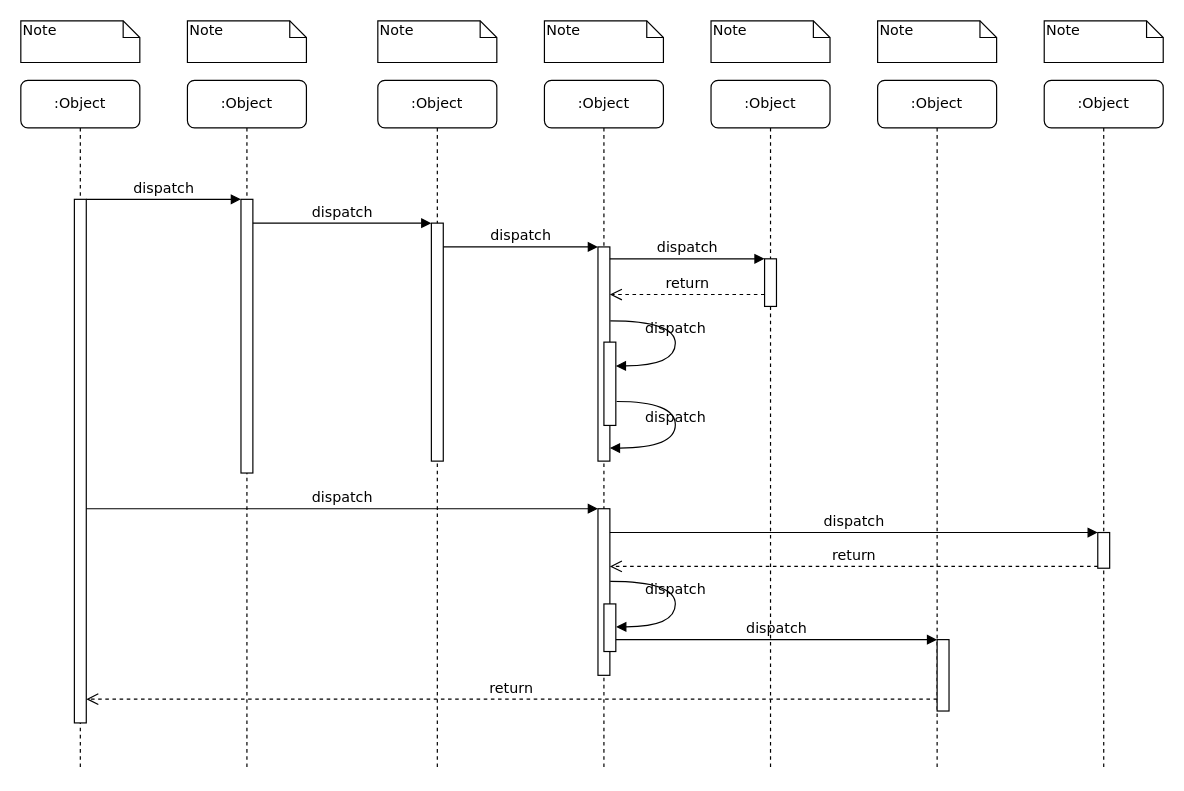
The draw.io diagram 名称未設定ファイル.drawio in tozawahiroya/Step3-Team4-Stripe, before the edit. Source tidied: cells renumbered, new cells numbered last; positions are measured from the earlier drawing's top-left corner, leaving out a move shared by most shapes. Both pictures are drawn from the tidied source at 119%, with x=0, y=0 at pixel (20, 20).
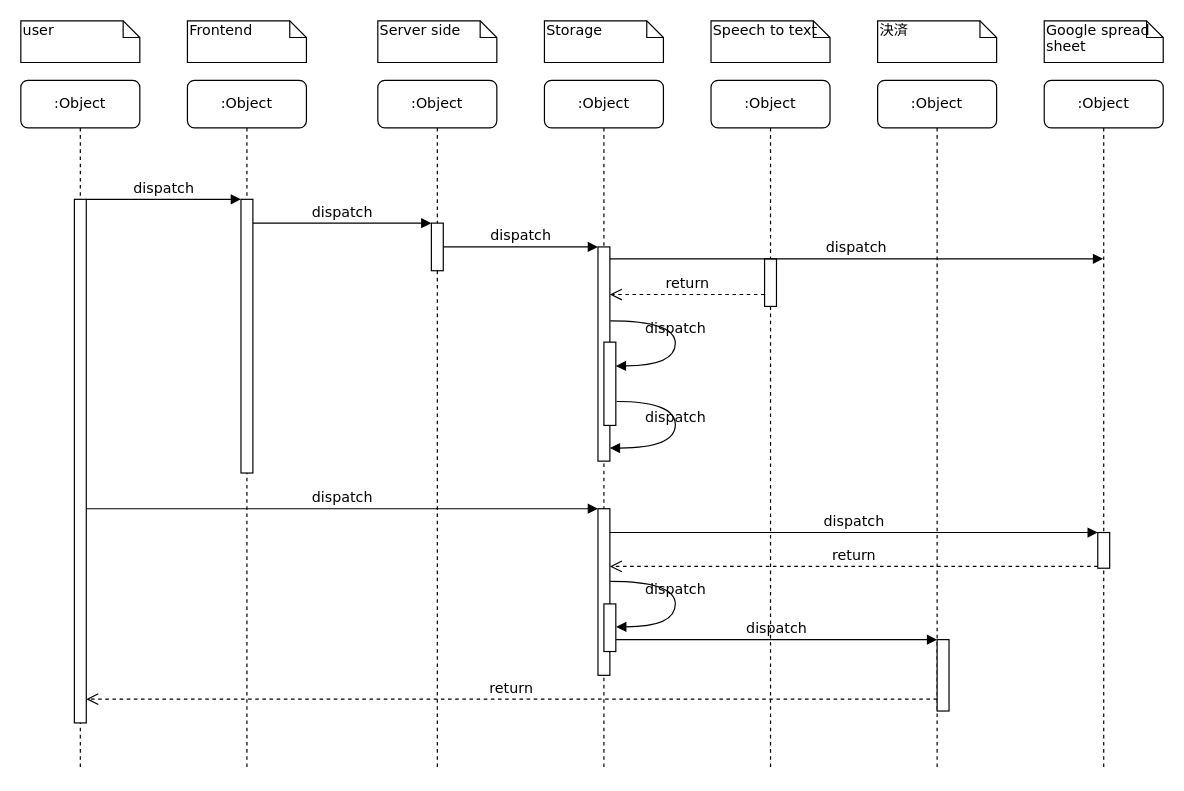
Above is the later version.

Commit message:
名称未設定ファイル.drawio を更新します

The change refers to these unchanged cells:
```xml
<mxCell id="4" value=":Object" style="shape=umlLifeline;perimeter=lifelinePerimeter;whiteSpace=wrap;html=1;rounded=1;shadow=0;comic=0;labelBackgroundColor=none;strokeWidth=1;fontFamily=Verdana;fontSize=12;align=center;" parent="1" vertex="1">
  <mxGeometry x="300" y="50" width="100" height="580" as="geometry" />
</mxCell>
<mxCell id="9" value=":Object" style="shape=umlLifeline;perimeter=lifelinePerimeter;whiteSpace=wrap;html=1;outlineConnect=0;rounded=1;shadow=0;comic=0;labelBackgroundColor=none;strokeWidth=1;fontFamily=Verdana;fontSize=12;align=center;" parent="1" vertex="1">
  <mxGeometry x="860" y="50" width="100" height="580" as="geometry" />
</mxCell>
<mxCell id="12" style="html=1;points=[];perimeter=orthogonalPerimeter;rounded=0;shadow=0;comic=0;labelBackgroundColor=none;strokeWidth=1;fontFamily=Verdana;fontSize=12;align=center;" parent="1" vertex="1">
  <mxGeometry x="485" y="190" width="10" height="180" as="geometry" />
</mxCell>
<mxCell id="14" style="html=1;points=[];perimeter=orthogonalPerimeter;rounded=0;shadow=0;comic=0;labelBackgroundColor=none;strokeWidth=1;fontFamily=Verdana;fontSize=12;align=center;" parent="1" vertex="1">
  <mxGeometry x="625" y="200" width="10" height="40" as="geometry" />
</mxCell>
```

Diff of the diagram source:
```diff
@@
     <mxCell id="5" style="html=1;points=[];perimeter=orthogonalPerimeter;rounded=0;shadow=0;comic=0;labelBackgroundColor=none;strokeWidth=1;fontFamily=Verdana;fontSize=12;align=center;" parent="4" vertex="1">
-      <mxGeometry x="45" y="120" width="10" height="200" as="geometry" />
+      <mxGeometry x="45" y="120" width="10" height="40" as="geometry" />
     </mxCell>
@@
-    <mxCell id="15" value="dispatch" style="html=1;verticalAlign=bottom;endArrow=block;entryX=0;entryY=0;labelBackgroundColor=none;fontFamily=Verdana;fontSize=12;edgeStyle=elbowEdgeStyle;elbow=vertical;" parent="1" edge="1" source="12" target="14">
-      <mxGeometry relative="1" as="geometry" />
+    <mxCell id="15" value="dispatch" style="html=1;verticalAlign=bottom;endArrow=block;labelBackgroundColor=none;fontFamily=Verdana;fontSize=12;edgeStyle=elbowEdgeStyle;elbow=vertical;" parent="1" edge="1" source="12" target="9">
+      <mxGeometry relative="1" as="geometry">
+        <Array as="points">
+          <mxPoint x="740" y="200" />
+        </Array>
+      </mxGeometry>
     </mxCell>
@@
-    <mxCell id="32" value="Note" style="shape=note;whiteSpace=wrap;html=1;size=14;verticalAlign=top;align=left;spacingTop=-6;rounded=0;shadow=0;comic=0;labelBackgroundColor=none;strokeWidth=1;fontFamily=Verdana;fontSize=12;" parent="1" vertex="1">
+    <mxCell id="32" value="user&lt;br&gt;" style="shape=note;whiteSpace=wrap;html=1;size=14;verticalAlign=top;align=left;spacingTop=-6;rounded=0;shadow=0;comic=0;labelBackgroundColor=none;strokeWidth=1;fontFamily=Verdana;fontSize=12;" parent="1" vertex="1">
       <mxGeometry width="100" height="35" as="geometry" />
     </mxCell>
-    <mxCell id="33" value="Note" style="shape=note;whiteSpace=wrap;html=1;size=14;verticalAlign=top;align=left;spacingTop=-6;rounded=0;shadow=0;comic=0;labelBackgroundColor=none;strokeWidth=1;fontFamily=Verdana;fontSize=12;" parent="1" vertex="1">
+    <mxCell id="33" value="Frontend&lt;br&gt;" style="shape=note;whiteSpace=wrap;html=1;size=14;verticalAlign=top;align=left;spacingTop=-6;rounded=0;shadow=0;comic=0;labelBackgroundColor=none;strokeWidth=1;fontFamily=Verdana;fontSize=12;" parent="1" vertex="1">
       <mxGeometry x="140" width="100" height="35" as="geometry" />
     </mxCell>
-    <mxCell id="34" value="Note" style="shape=note;whiteSpace=wrap;html=1;size=14;verticalAlign=top;align=left;spacingTop=-6;rounded=0;shadow=0;comic=0;labelBackgroundColor=none;strokeWidth=1;fontFamily=Verdana;fontSize=12;" parent="1" vertex="1">
+    <mxCell id="34" value="Server side&lt;br&gt;" style="shape=note;whiteSpace=wrap;html=1;size=14;verticalAlign=top;align=left;spacingTop=-6;rounded=0;shadow=0;comic=0;labelBackgroundColor=none;strokeWidth=1;fontFamily=Verdana;fontSize=12;" parent="1" vertex="1">
       <mxGeometry x="300" width="100" height="35" as="geometry" />
     </mxCell>
-    <mxCell id="35" value="Note" style="shape=note;whiteSpace=wrap;html=1;size=14;verticalAlign=top;align=left;spacingTop=-6;rounded=0;shadow=0;comic=0;labelBackgroundColor=none;strokeWidth=1;fontFamily=Verdana;fontSize=12;" parent="1" vertex="1">
+    <mxCell id="35" value="Storage" style="shape=note;whiteSpace=wrap;html=1;size=14;verticalAlign=top;align=left;spacingTop=-6;rounded=0;shadow=0;comic=0;labelBackgroundColor=none;strokeWidth=1;fontFamily=Verdana;fontSize=12;" parent="1" vertex="1">
       <mxGeometry x="440" width="100" height="35" as="geometry" />
     </mxCell>
-    <mxCell id="36" value="Note" style="shape=note;whiteSpace=wrap;html=1;size=14;verticalAlign=top;align=left;spacingTop=-6;rounded=0;shadow=0;comic=0;labelBackgroundColor=none;strokeWidth=1;fontFamily=Verdana;fontSize=12;" parent="1" vertex="1">
+    <mxCell id="36" value="Speech to text" style="shape=note;whiteSpace=wrap;html=1;size=14;verticalAlign=top;align=left;spacingTop=-6;rounded=0;shadow=0;comic=0;labelBackgroundColor=none;strokeWidth=1;fontFamily=Verdana;fontSize=12;" parent="1" vertex="1">
       <mxGeometry x="580" width="100" height="35" as="geometry" />
     </mxCell>
-    <mxCell id="37" value="Note" style="shape=note;whiteSpace=wrap;html=1;size=14;verticalAlign=top;align=left;spacingTop=-6;rounded=0;shadow=0;comic=0;labelBackgroundColor=none;strokeWidth=1;fontFamily=Verdana;fontSize=12;" parent="1" vertex="1">
+    <mxCell id="37" value="決済" style="shape=note;whiteSpace=wrap;html=1;size=14;verticalAlign=top;align=left;spacingTop=-6;rounded=0;shadow=0;comic=0;labelBackgroundColor=none;strokeWidth=1;fontFamily=Verdana;fontSize=12;" parent="1" vertex="1">
       <mxGeometry x="720" width="100" height="35" as="geometry" />
     </mxCell>
-    <mxCell id="38" value="Note" style="shape=note;whiteSpace=wrap;html=1;size=14;verticalAlign=top;align=left;spacingTop=-6;rounded=0;shadow=0;comic=0;labelBackgroundColor=none;strokeWidth=1;fontFamily=Verdana;fontSize=12;" parent="1" vertex="1">
+    <mxCell id="38" value="Google spread sheet" style="shape=note;whiteSpace=wrap;html=1;size=14;verticalAlign=top;align=left;spacingTop=-6;rounded=0;shadow=0;comic=0;labelBackgroundColor=none;strokeWidth=1;fontFamily=Verdana;fontSize=12;" parent="1" vertex="1">
       <mxGeometry x="860" width="100" height="35" as="geometry" />
     </mxCell>
```
